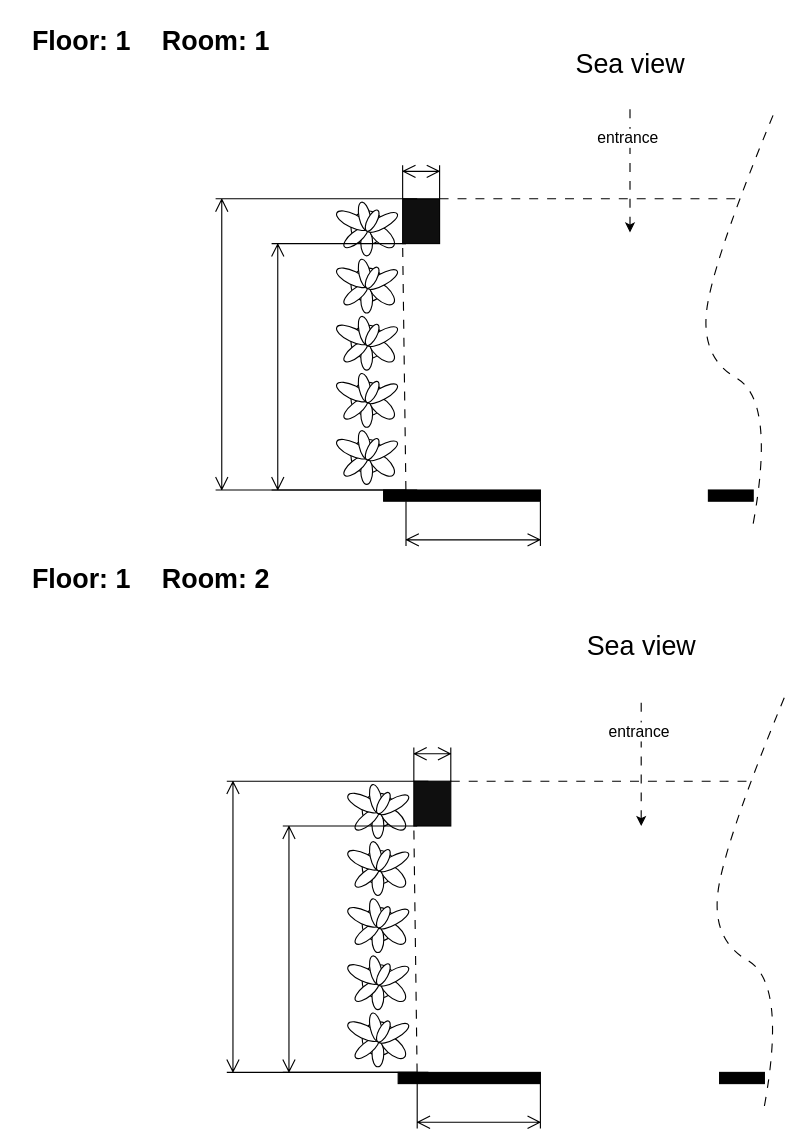
This is Room 1-2.drawio from hdghg/heaven-balcony, a draw.io file, before an edit. Source tidied: cells renumbered, new cells numbered last; positions are measured from the earlier drawing's top-left corner, leaving out a move shared by most shapes. Both pictures are drawn from the tidied source at 112%, with x=0, y=0 at pixel (25, 19).
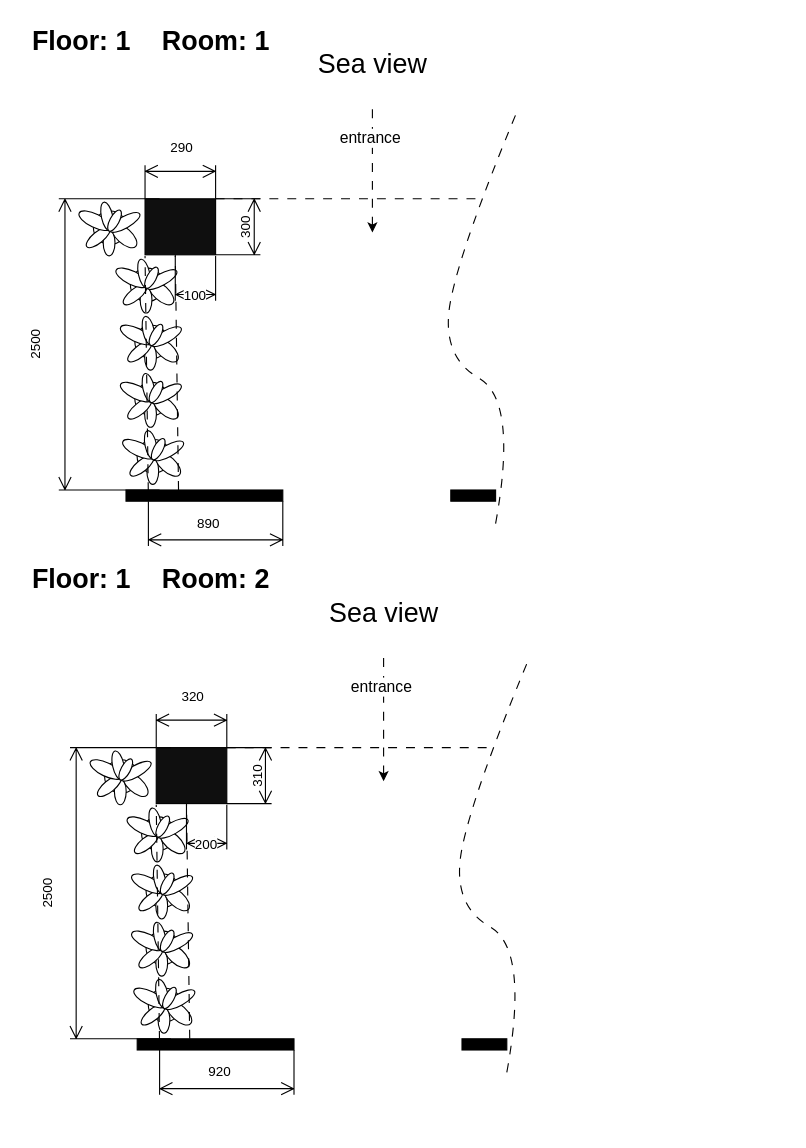
Above is the later version.

Change to the diagram source:
```diff
@@
     <mxCell id="4" style="verticalLabelPosition=bottom;html=1;verticalAlign=top;align=center;shape=mxgraph.floorplan.plant;" parent="1" vertex="1">
-      <mxGeometry x="280" y="160" width="47" height="51" as="geometry" />
+      <mxGeometry x="50" y="160" width="47" height="51" as="geometry" />
     </mxCell>
     <mxCell id="5" style="verticalLabelPosition=bottom;html=1;verticalAlign=top;align=center;shape=mxgraph.floorplan.wall;fillColor=strokeColor;" parent="1" vertex="1">
-      <mxGeometry x="610" y="420" width="40" height="10" as="geometry" />
+      <mxGeometry x="380" y="420" width="40" height="10" as="geometry" />
     </mxCell>
     <mxCell id="6" style="verticalLabelPosition=bottom;html=1;verticalAlign=top;align=center;shape=mxgraph.floorplan.plant;" parent="1" vertex="1">
-      <mxGeometry x="280" y="262" width="47" height="51" as="geometry" />
+      <mxGeometry x="87" y="262" width="47" height="51" as="geometry" />
     </mxCell>
-    <mxCell id="7" style="verticalLabelPosition=bottom;html=1;verticalAlign=top;align=center;shape=mxgraph.floorplan.plant;" parent="1" vertex="1">
-      <mxGeometry x="280" y="211" width="47" height="51" as="geometry" />
-    </mxCell>
     <mxCell id="8" style="verticalLabelPosition=bottom;html=1;verticalAlign=top;align=center;shape=mxgraph.floorplan.plant;" parent="1" vertex="1">
-      <mxGeometry x="280" y="313" width="47" height="51" as="geometry" />
+      <mxGeometry x="87" y="313" width="47" height="51" as="geometry" />
     </mxCell>
     <mxCell id="9" style="verticalLabelPosition=bottom;html=1;verticalAlign=top;align=center;shape=mxgraph.floorplan.wall;fillColor=strokeColor;" parent="1" vertex="1">
-      <mxGeometry x="320" y="420" width="140" height="10" as="geometry" />
+      <mxGeometry x="90" y="420" width="140" height="10" as="geometry" />
     </mxCell>
     <mxCell id="10" style="verticalLabelPosition=bottom;html=1;verticalAlign=top;align=center;shape=mxgraph.floorplan.plant;" parent="1" vertex="1">
-      <mxGeometry x="280" y="364" width="47" height="51" as="geometry" />
+      <mxGeometry x="89" y="364" width="47" height="51" as="geometry" />
     </mxCell>
     <mxCell id="11" style="rounded=0;whiteSpace=wrap;html=1;fillColor=#0F0F0F;" parent="1" vertex="1">
-      <mxGeometry x="337" y="160" width="33" height="40" as="geometry" />
+      <mxGeometry x="107" y="160" width="63" height="50" as="geometry" />
     </mxCell>
     <mxCell id="12" value="Sea view" style="text;strokeColor=none;fillColor=none;html=1;fontSize=24;fontStyle=0;verticalAlign=middle;align=center;" parent="1" vertex="1">
-      <mxGeometry x="490" y="20" width="100" height="40" as="geometry" />
+      <mxGeometry x="260" y="20" width="100" height="40" as="geometry" />
     </mxCell>
     <mxCell id="13" style="endArrow=classic;html=1;rounded=0;dashed=1;dashPattern=8 8;" parent="1" edge="1">
       <mxGeometry relative="1" as="geometry">
-        <mxPoint x="540" y="80" as="sourcePoint" />
-        <mxPoint x="540" y="190" as="targetPoint" />
+        <mxPoint x="310" y="80" as="sourcePoint" />
+        <mxPoint x="310" y="190" as="targetPoint" />
       </mxGeometry>
     </mxCell>
@@
     <mxCell id="15" style="shape=dimension;direction=south;whiteSpace=wrap;html=1;align=left;points=[];verticalAlign=middle;labelBackgroundColor=#ffffff;fillColor=#0F0F0F;" parent="1" vertex="1">
-      <mxGeometry x="170" y="160" width="180" height="260" as="geometry" />
+      <mxGeometry x="30" y="160" width="90" height="260" as="geometry" />
     </mxCell>
     <mxCell id="16" style="shape=dimension;direction=west;whiteSpace=wrap;html=1;align=center;verticalAlign=top;spacingTop=-8;labelBackgroundColor=#ffffff;fillColor=#0F0F0F;" parent="1" vertex="1">
-      <mxGeometry x="337" y="130" width="33" height="30" as="geometry" />
+      <mxGeometry x="107" y="130" width="63" height="30" as="geometry" />
     </mxCell>
     <mxCell id="17" style="endArrow=none;dashed=1;html=1;rounded=0;dashPattern=8 8;exitX=1;exitY=0;exitDx=0;exitDy=0;" parent="1" edge="1" source="11">
       <mxGeometry relative="1" as="geometry">
-        <mxPoint x="640" y="160" as="targetPoint" />
+        <mxPoint x="410" y="160" as="targetPoint" />
       </mxGeometry>
     </mxCell>
-    <mxCell id="18" style="endArrow=none;dashed=1;html=1;rounded=0;dashPattern=8 8;entryX=0;entryY=1;entryDx=0;entryDy=0;exitX=1;exitY=0.056;exitDx=0;exitDy=0;exitPerimeter=0;" parent="1" edge="1" source="15" target="11">
-      <mxGeometry relative="1" as="geometry" />
-    </mxCell>
     <mxCell id="19" style="curved=1;endArrow=none;html=1;rounded=0;dashed=1;dashPattern=8 8;strokeColor=default;endFill=0;" parent="1" edge="1">
       <mxGeometry relative="1" as="geometry">
-        <mxPoint x="650" y="450" as="sourcePoint" />
-        <mxPoint x="670" y="80" as="targetPoint" />
+        <mxPoint x="420" y="450" as="sourcePoint" />
+        <mxPoint x="440" y="80" as="targetPoint" />
         <Array as="points">
-          <mxPoint x="670" y="340" />
-          <mxPoint x="600" y="300" />
-          <mxPoint x="620" y="200" />
+          <mxPoint x="440" y="340" />
+          <mxPoint x="370" y="300" />
+          <mxPoint x="390" y="200" />
         </Array>
       </mxGeometry>
     </mxCell>
-    <mxCell id="20" style="verticalLabelPosition=bottom;html=1;verticalAlign=top;align=center;shape=mxgraph.floorplan.plant;" parent="1" vertex="1">
-      <mxGeometry x="290" y="680" width="47" height="51" as="geometry" />
-    </mxCell>
-    <mxCell id="21" style="verticalLabelPosition=bottom;html=1;verticalAlign=top;align=center;shape=mxgraph.floorplan.wall;fillColor=strokeColor;" parent="1" vertex="1">
-      <mxGeometry x="620" y="940" width="40" height="10" as="geometry" />
-    </mxCell>
-    <mxCell id="22" style="verticalLabelPosition=bottom;html=1;verticalAlign=top;align=center;shape=mxgraph.floorplan.plant;" parent="1" vertex="1">
-      <mxGeometry x="290" y="782" width="47" height="51" as="geometry" />
-    </mxCell>
-    <mxCell id="23" style="verticalLabelPosition=bottom;html=1;verticalAlign=top;align=center;shape=mxgraph.floorplan.plant;" parent="1" vertex="1">
-      <mxGeometry x="290" y="731" width="47" height="51" as="geometry" />
-    </mxCell>
-    <mxCell id="24" style="verticalLabelPosition=bottom;html=1;verticalAlign=top;align=center;shape=mxgraph.floorplan.plant;" parent="1" vertex="1">
-      <mxGeometry x="290" y="833" width="47" height="51" as="geometry" />
-    </mxCell>
-    <mxCell id="25" style="verticalLabelPosition=bottom;html=1;verticalAlign=top;align=center;shape=mxgraph.floorplan.wall;fillColor=strokeColor;" parent="1" vertex="1">
-      <mxGeometry x="333" y="940" width="127" height="10" as="geometry" />
-    </mxCell>
-    <mxCell id="26" style="verticalLabelPosition=bottom;html=1;verticalAlign=top;align=center;shape=mxgraph.floorplan.plant;" parent="1" vertex="1">
-      <mxGeometry x="290" y="884" width="47" height="51" as="geometry" />
-    </mxCell>
-    <mxCell id="27" style="rounded=0;whiteSpace=wrap;html=1;fillColor=#0F0F0F;" parent="1" vertex="1">
-      <mxGeometry x="347" y="680" width="33" height="40" as="geometry" />
-    </mxCell>
-    <mxCell id="28" value="Sea view" style="text;strokeColor=none;fillColor=none;html=1;fontSize=24;fontStyle=0;verticalAlign=middle;align=center;" parent="1" vertex="1">
-      <mxGeometry x="500" y="540" width="100" height="40" as="geometry" />
-    </mxCell>
-    <mxCell id="29" style="endArrow=classic;html=1;rounded=0;dashed=1;dashPattern=8 8;" parent="1" edge="1">
-      <mxGeometry relative="1" as="geometry">
-        <mxPoint x="550" y="610" as="sourcePoint" />
-        <mxPoint x="550" y="720" as="targetPoint" />
-      </mxGeometry>
-    </mxCell>
-    <mxCell id="30" value="entrance" style="edgeLabel;html=1;align=center;verticalAlign=middle;fontSize=14;" parent="29" vertex="1">
-      <mxGeometry x="-0.54" y="-3" relative="1" as="geometry" />
-    </mxCell>
-    <mxCell id="31" style="shape=dimension;direction=south;whiteSpace=wrap;html=1;align=left;points=[];verticalAlign=middle;labelBackgroundColor=#ffffff;fillColor=#0F0F0F;" parent="1" vertex="1">
-      <mxGeometry x="180" y="680" width="180" height="260" as="geometry" />
-    </mxCell>
-    <mxCell id="32" style="shape=dimension;direction=south;whiteSpace=wrap;html=1;align=left;verticalAlign=middle;labelBackgroundColor=#ffffff;fillColor=#0F0F0F;" parent="1" vertex="1">
-      <mxGeometry x="230" y="720" width="120" height="220" as="geometry" />
-    </mxCell>
-    <mxCell id="33" style="shape=dimension;direction=west;whiteSpace=wrap;html=1;align=center;verticalAlign=top;spacingTop=-8;labelBackgroundColor=#ffffff;fillColor=#0F0F0F;" parent="1" vertex="1">
-      <mxGeometry x="347" y="650" width="33" height="30" as="geometry" />
-    </mxCell>
-    <mxCell id="34" style="endArrow=none;dashed=1;html=1;rounded=0;dashPattern=8 8;exitX=1;exitY=0;exitDx=0;exitDy=0;" parent="1" edge="1" source="27">
-      <mxGeometry relative="1" as="geometry">
-        <mxPoint x="650" y="680" as="targetPoint" />
-      </mxGeometry>
-    </mxCell>
-    <mxCell id="35" style="endArrow=none;dashed=1;html=1;rounded=0;dashPattern=8 8;entryX=0;entryY=1;entryDx=0;entryDy=0;exitX=1;exitY=0.056;exitDx=0;exitDy=0;exitPerimeter=0;" parent="1" edge="1" source="31" target="27">
-      <mxGeometry relative="1" as="geometry" />
-    </mxCell>
-    <mxCell id="36" style="curved=1;endArrow=none;html=1;rounded=0;dashed=1;dashPattern=8 8;strokeColor=default;endFill=0;" parent="1" edge="1">
-      <mxGeometry relative="1" as="geometry">
-        <mxPoint x="660" y="970" as="sourcePoint" />
-        <mxPoint x="680" y="600" as="targetPoint" />
-        <Array as="points">
-          <mxPoint x="680" y="860" />
-          <mxPoint x="610" y="820" />
-          <mxPoint x="630" y="720" />
-        </Array>
-      </mxGeometry>
-    </mxCell>
@@
     <mxCell id="39" style="shape=dimension;whiteSpace=wrap;html=1;align=center;verticalAlign=bottom;spacingBottom=-5;labelBackgroundColor=#ffffff;fontSize=14;fillColor=#0F0F0F;" parent="1" vertex="1">
-      <mxGeometry x="340" y="430" width="120" height="40" as="geometry" />
+      <mxGeometry x="110" y="430" width="120" height="40" as="geometry" />
     </mxCell>
-    <mxCell id="40" style="shape=dimension;direction=south;whiteSpace=wrap;html=1;align=left;verticalAlign=middle;labelBackgroundColor=#ffffff;fillColor=#0F0F0F;" parent="1" vertex="1">
-      <mxGeometry x="220" y="200" width="120" height="220" as="geometry" />
-    </mxCell>
-    <mxCell id="41" style="shape=dimension;whiteSpace=wrap;html=1;align=center;verticalAlign=bottom;spacingBottom=-5;labelBackgroundColor=#ffffff;fontSize=14;fillColor=#0F0F0F;" parent="1" vertex="1">
-      <mxGeometry x="350" y="950" width="110" height="40" as="geometry" />
-    </mxCell>
+    <mxCell id="42" value="2500" style="text;html=1;strokeColor=none;fillColor=none;align=center;verticalAlign=middle;whiteSpace=wrap;rounded=0;rotation=270;" parent="1" vertex="1">
+      <mxGeometry x="-20" y="275" width="60" height="30" as="geometry" />
+    </mxCell>
+    <mxCell id="43" style="endArrow=none;dashed=1;html=1;rounded=0;dashPattern=8 8;entryX=0;entryY=1;entryDx=0;entryDy=0;exitX=1;exitY=0.056;exitDx=0;exitDy=0;exitPerimeter=0;" parent="1" edge="1">
+      <mxGeometry relative="1" as="geometry">
+        <mxPoint x="136.9" y="420" as="sourcePoint" />
+        <mxPoint x="134" y="210" as="targetPoint" />
+      </mxGeometry>
+    </mxCell>
+    <mxCell id="7" style="verticalLabelPosition=bottom;html=1;verticalAlign=top;align=center;shape=mxgraph.floorplan.plant;" parent="1" vertex="1">
+      <mxGeometry x="83" y="211" width="47" height="51" as="geometry" />
+    </mxCell>
+    <mxCell id="44" value="290" style="text;html=1;strokeColor=none;fillColor=none;align=center;verticalAlign=middle;whiteSpace=wrap;rounded=0;" parent="1" vertex="1">
+      <mxGeometry x="110" y="100" width="60" height="30" as="geometry" />
+    </mxCell>
+    <mxCell id="45" value="890" style="text;html=1;strokeColor=none;fillColor=none;align=center;verticalAlign=middle;whiteSpace=wrap;rounded=0;" parent="1" vertex="1">
+      <mxGeometry x="134" y="435" width="60" height="30" as="geometry" />
+    </mxCell>
+    <mxCell id="46" value="100" style="shape=dimension;whiteSpace=wrap;html=1;align=center;verticalAlign=bottom;spacingBottom=-5;labelBackgroundColor=#ffffff;" parent="1" vertex="1">
+      <mxGeometry x="134" y="211" width="36" height="40" as="geometry" />
+    </mxCell>
+    <mxCell id="47" style="endArrow=none;dashed=1;html=1;rounded=0;dashPattern=8 8;entryX=0;entryY=1;entryDx=0;entryDy=0;exitX=1;exitY=0.056;exitDx=0;exitDy=0;exitPerimeter=0;" parent="1" edge="1">
+      <mxGeometry relative="1" as="geometry">
+        <mxPoint x="109.9" y="421" as="sourcePoint" />
+        <mxPoint x="107" y="211" as="targetPoint" />
+      </mxGeometry>
+    </mxCell>
+    <mxCell id="48" style="shape=dimension;direction=north;whiteSpace=wrap;html=1;align=right;verticalAlign=middle;labelBackgroundColor=#ffffff;" parent="1" vertex="1">
+      <mxGeometry x="170" y="160" width="40" height="50" as="geometry" />
+    </mxCell>
+    <mxCell id="49" value="300" style="text;html=1;strokeColor=none;fillColor=none;align=center;verticalAlign=middle;whiteSpace=wrap;rounded=0;rotation=270;" parent="1" vertex="1">
+      <mxGeometry x="167" y="170.5" width="60" height="30" as="geometry" />
+    </mxCell>
+    <mxCell id="50" style="verticalLabelPosition=bottom;html=1;verticalAlign=top;align=center;shape=mxgraph.floorplan.plant;" parent="1" vertex="1">
+      <mxGeometry x="60" y="650" width="47" height="51" as="geometry" />
+    </mxCell>
+    <mxCell id="51" style="verticalLabelPosition=bottom;html=1;verticalAlign=top;align=center;shape=mxgraph.floorplan.wall;fillColor=strokeColor;" parent="1" vertex="1">
+      <mxGeometry x="390" y="910" width="40" height="10" as="geometry" />
+    </mxCell>
+    <mxCell id="52" style="verticalLabelPosition=bottom;html=1;verticalAlign=top;align=center;shape=mxgraph.floorplan.plant;" parent="1" vertex="1">
+      <mxGeometry x="97" y="752" width="47" height="51" as="geometry" />
+    </mxCell>
+    <mxCell id="53" style="verticalLabelPosition=bottom;html=1;verticalAlign=top;align=center;shape=mxgraph.floorplan.plant;" parent="1" vertex="1">
+      <mxGeometry x="97" y="803" width="47" height="51" as="geometry" />
+    </mxCell>
+    <mxCell id="54" style="verticalLabelPosition=bottom;html=1;verticalAlign=top;align=center;shape=mxgraph.floorplan.wall;fillColor=strokeColor;" parent="1" vertex="1">
+      <mxGeometry x="100" y="910" width="140" height="10" as="geometry" />
+    </mxCell>
+    <mxCell id="55" style="verticalLabelPosition=bottom;html=1;verticalAlign=top;align=center;shape=mxgraph.floorplan.plant;" parent="1" vertex="1">
+      <mxGeometry x="99" y="854" width="47" height="51" as="geometry" />
+    </mxCell>
+    <mxCell id="56" style="rounded=0;whiteSpace=wrap;html=1;fillColor=#0F0F0F;" parent="1" vertex="1">
+      <mxGeometry x="117" y="650" width="63" height="50" as="geometry" />
+    </mxCell>
+    <mxCell id="28" value="Sea view" style="text;strokeColor=none;fillColor=none;html=1;fontSize=24;fontStyle=0;verticalAlign=middle;align=center;" parent="1" vertex="1">
+      <mxGeometry x="270" y="510" width="100" height="40" as="geometry" />
+    </mxCell>
+    <mxCell id="57" style="endArrow=classic;html=1;rounded=0;dashed=1;dashPattern=8 8;" parent="1" edge="1">
+      <mxGeometry relative="1" as="geometry">
+        <mxPoint x="320" y="570" as="sourcePoint" />
+        <mxPoint x="320" y="680" as="targetPoint" />
+      </mxGeometry>
+    </mxCell>
+    <mxCell id="30" value="entrance" style="edgeLabel;html=1;align=center;verticalAlign=middle;fontSize=14;" parent="57" vertex="1">
+      <mxGeometry x="-0.54" y="-3" relative="1" as="geometry" />
+    </mxCell>
+    <mxCell id="58" style="shape=dimension;direction=south;whiteSpace=wrap;html=1;align=left;verticalAlign=middle;labelBackgroundColor=#ffffff;fillColor=#0F0F0F;" parent="1" vertex="1">
+      <mxGeometry x="40" y="650" width="90" height="260" as="geometry" />
+    </mxCell>
+    <mxCell id="59" style="shape=dimension;direction=west;whiteSpace=wrap;html=1;align=center;verticalAlign=top;spacingTop=-8;labelBackgroundColor=#ffffff;fillColor=#0F0F0F;" parent="1" vertex="1">
+      <mxGeometry x="117" y="620" width="63" height="30" as="geometry" />
+    </mxCell>
+    <mxCell id="60" style="endArrow=none;dashed=1;html=1;rounded=0;dashPattern=8 8;exitX=1;exitY=0;exitDx=0;exitDy=0;" parent="1" edge="1" source="56">
+      <mxGeometry relative="1" as="geometry">
+        <mxPoint x="420" y="650" as="targetPoint" />
+      </mxGeometry>
+    </mxCell>
+    <mxCell id="61" style="curved=1;endArrow=none;html=1;rounded=0;dashed=1;dashPattern=8 8;strokeColor=default;endFill=0;" parent="1" edge="1">
+      <mxGeometry relative="1" as="geometry">
+        <mxPoint x="430" y="940" as="sourcePoint" />
+        <mxPoint x="450" y="570" as="targetPoint" />
+        <Array as="points">
+          <mxPoint x="450" y="830" />
+          <mxPoint x="380" y="790" />
+          <mxPoint x="400" y="690" />
+        </Array>
+      </mxGeometry>
+    </mxCell>
+    <mxCell id="62" style="shape=dimension;whiteSpace=wrap;html=1;align=center;verticalAlign=bottom;spacingBottom=-5;labelBackgroundColor=#ffffff;fontSize=14;fillColor=#0F0F0F;" parent="1" vertex="1">
+      <mxGeometry x="120" y="920" width="120" height="40" as="geometry" />
+    </mxCell>
+    <mxCell id="63" value="2500" style="text;html=1;strokeColor=none;fillColor=none;align=center;verticalAlign=middle;whiteSpace=wrap;rounded=0;rotation=270;" parent="1" vertex="1">
+      <mxGeometry x="-10" y="765" width="60" height="30" as="geometry" />
+    </mxCell>
+    <mxCell id="64" style="endArrow=none;dashed=1;html=1;rounded=0;dashPattern=8 8;entryX=0;entryY=1;entryDx=0;entryDy=0;exitX=1;exitY=0.056;exitDx=0;exitDy=0;exitPerimeter=0;" parent="1" edge="1">
+      <mxGeometry relative="1" as="geometry">
+        <mxPoint x="146.9" y="910" as="sourcePoint" />
+        <mxPoint x="144" y="700" as="targetPoint" />
+      </mxGeometry>
+    </mxCell>
+    <mxCell id="65" style="verticalLabelPosition=bottom;html=1;verticalAlign=top;align=center;shape=mxgraph.floorplan.plant;" parent="1" vertex="1">
+      <mxGeometry x="93" y="701" width="47" height="51" as="geometry" />
+    </mxCell>
+    <mxCell id="66" value="320" style="text;html=1;strokeColor=none;fillColor=none;align=center;verticalAlign=middle;whiteSpace=wrap;rounded=0;" parent="1" vertex="1">
+      <mxGeometry x="120" y="590" width="60" height="30" as="geometry" />
+    </mxCell>
+    <mxCell id="67" value="920" style="text;html=1;strokeColor=none;fillColor=none;align=center;verticalAlign=middle;whiteSpace=wrap;rounded=0;" parent="1" vertex="1">
+      <mxGeometry x="144" y="925" width="60" height="30" as="geometry" />
+    </mxCell>
+    <mxCell id="68" value="200" style="shape=dimension;whiteSpace=wrap;html=1;align=center;verticalAlign=bottom;spacingBottom=-5;labelBackgroundColor=#ffffff;" parent="1" vertex="1">
+      <mxGeometry x="144" y="701" width="36" height="40" as="geometry" />
+    </mxCell>
+    <mxCell id="69" style="endArrow=none;dashed=1;html=1;rounded=0;dashPattern=8 8;entryX=0;entryY=1;entryDx=0;entryDy=0;exitX=1;exitY=0.056;exitDx=0;exitDy=0;exitPerimeter=0;" parent="1" edge="1">
+      <mxGeometry relative="1" as="geometry">
+        <mxPoint x="119.9" y="911" as="sourcePoint" />
+        <mxPoint x="117" y="701" as="targetPoint" />
+      </mxGeometry>
+    </mxCell>
+    <mxCell id="70" style="shape=dimension;direction=north;whiteSpace=wrap;html=1;align=right;verticalAlign=middle;labelBackgroundColor=#ffffff;" parent="1" vertex="1">
+      <mxGeometry x="180" y="650" width="40" height="50" as="geometry" />
+    </mxCell>
+    <mxCell id="71" value="310" style="text;html=1;strokeColor=none;fillColor=none;align=center;verticalAlign=middle;whiteSpace=wrap;rounded=0;rotation=270;" parent="1" vertex="1">
+      <mxGeometry x="177" y="660.5" width="60" height="30" as="geometry" />
+    </mxCell>
```
